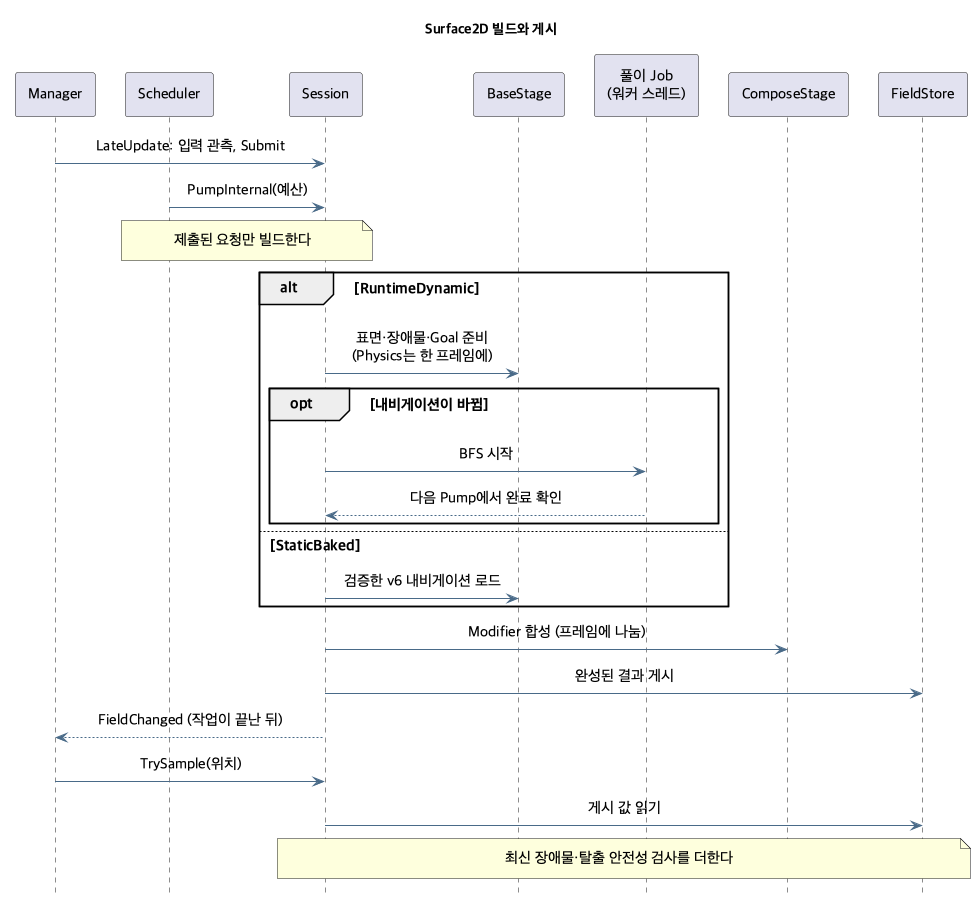
Earlier version of the PlantUML export ToyProject/Assets/_FlowField/Docs/Images/flowfield-surface.png (youwonsock/tool-unity-editor).
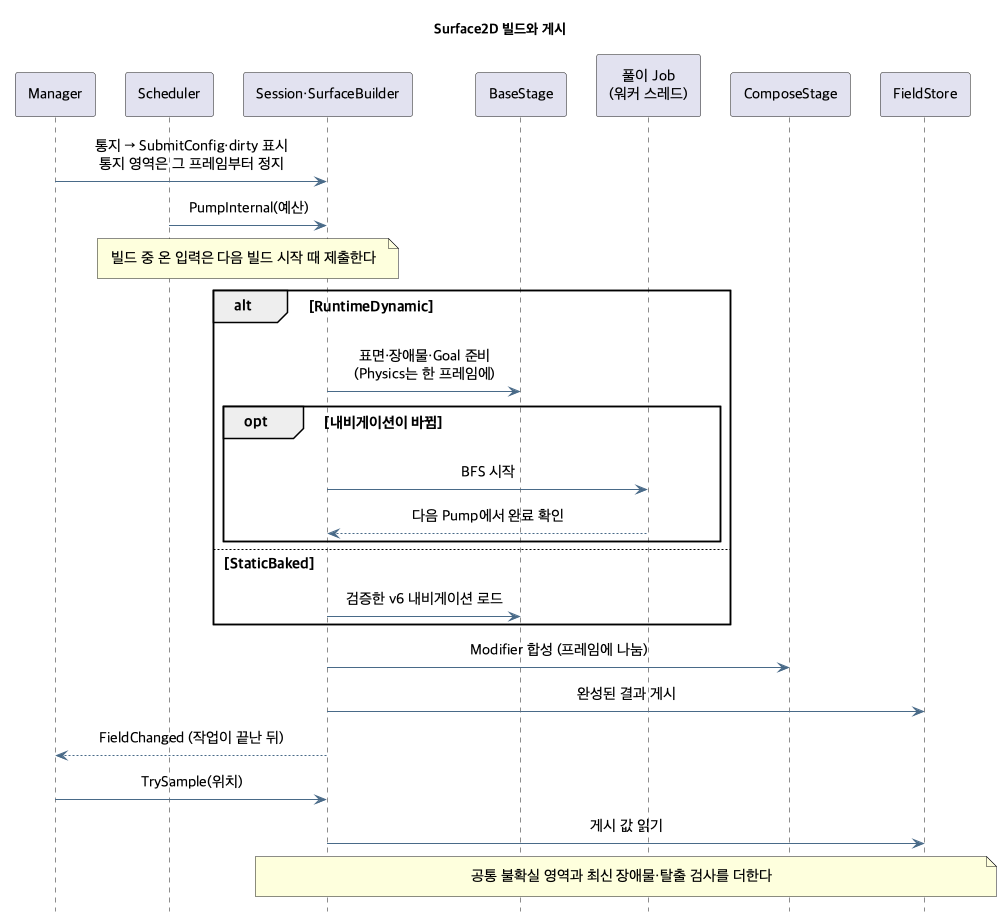
Above is the later version.

Diff of the diagram source:
```diff
@@ -11,15 +11,15 @@
 
 participant "Manager" as M
 participant "Scheduler" as Q
-participant "Session" as S
+participant "Session·SurfaceBuilder" as S
 participant "BaseStage" as B
 participant "풀이 Job\n(워커 스레드)" as J
 participant "ComposeStage" as C
 participant "FieldStore" as P
 
-M -> S : LateUpdate: 입력 관측, Submit
+M -> S : 통지 → SubmitConfig·dirty 표시\n통지 영역은 그 프레임부터 정지
 Q -> S : PumpInternal(예산)
-note over Q,S : 제출된 요청만 빌드한다
+note over Q,S : 빌드 중 온 입력은 다음 빌드 시작 때 제출한다
 alt RuntimeDynamic
   S -> B : 표면·장애물·Goal 준비\n(Physics는 한 프레임에)
   opt 내비게이션이 바뀜
@@ -34,5 +34,5 @@
 S --> M : FieldChanged (작업이 끝난 뒤)
 M -> S : TrySample(위치)
 S -> P : 게시 값 읽기
-note over S,P : 최신 장애물·탈출 안전성 검사를 더한다
+note over S,P : 공통 불확실 영역과 최신 장애물·탈출 검사를 더한다
 @enduml
```
